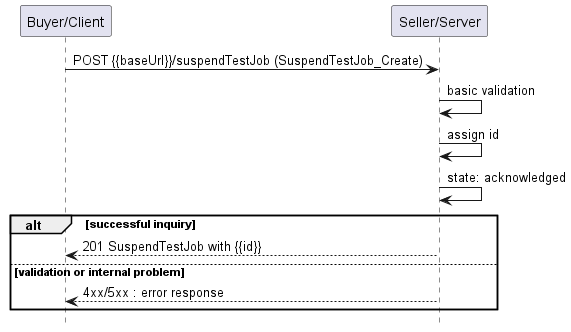
Earlier version of the PlantUML export documentation/serviceApi/sft/serviceTest/media/useCase16.png (MEF-GIT/MEF-LSO-Legato-SDK). Source of this version:
```plantuml
@startuml useCase16


hide footbox

participant "Buyer/Client" as B
participant "Seller/Server" as S

B -> S : POST {{baseUrl}}/suspendTestJob (SuspendTestJob_Create)

S -> S : basic validation
S -> S : assign id
S -> S : state: acknowledged
alt successful inquiry
    B <-- S : 201 SuspendTestJob with {{id}}
else validation or internal problem
    B <-- S: 4xx/5xx : error response
end

@enduml
```
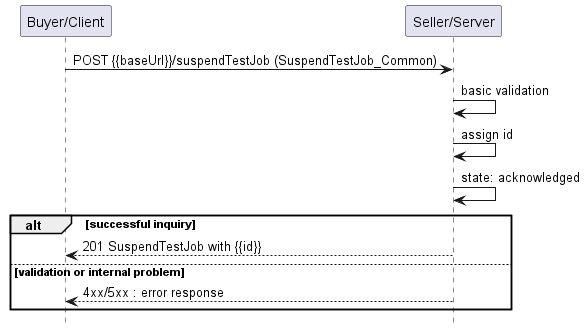
Later version of the same file.

Diff of the diagram source:
```diff
@@ -6,7 +6,7 @@
 participant "Buyer/Client" as B
 participant "Seller/Server" as S
 
-B -> S : POST {{baseUrl}}/suspendTestJob (SuspendTestJob_Create)
+B -> S : POST {{baseUrl}}/suspendTestJob (SuspendTestJob_Common)
 
 S -> S : basic validation
 S -> S : assign id
```
